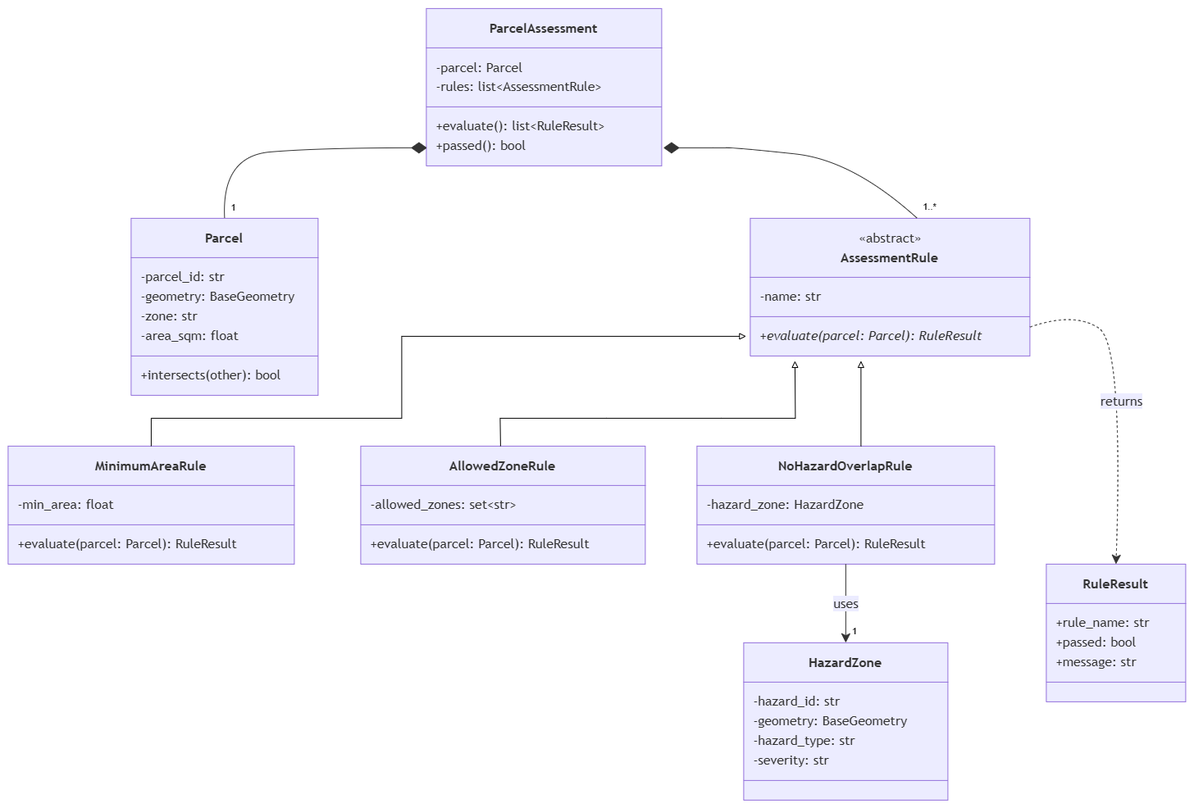
CedrickDale/gme205-lab5 keeps this draw.io diagram as diagrams/diagrams_lab5_uml.png. Above is the earlier version. Source tidied: cells renumbered, new cells last; positions are measured from the earlier drawing's top-left corner, leaving out a move shared by most shapes.
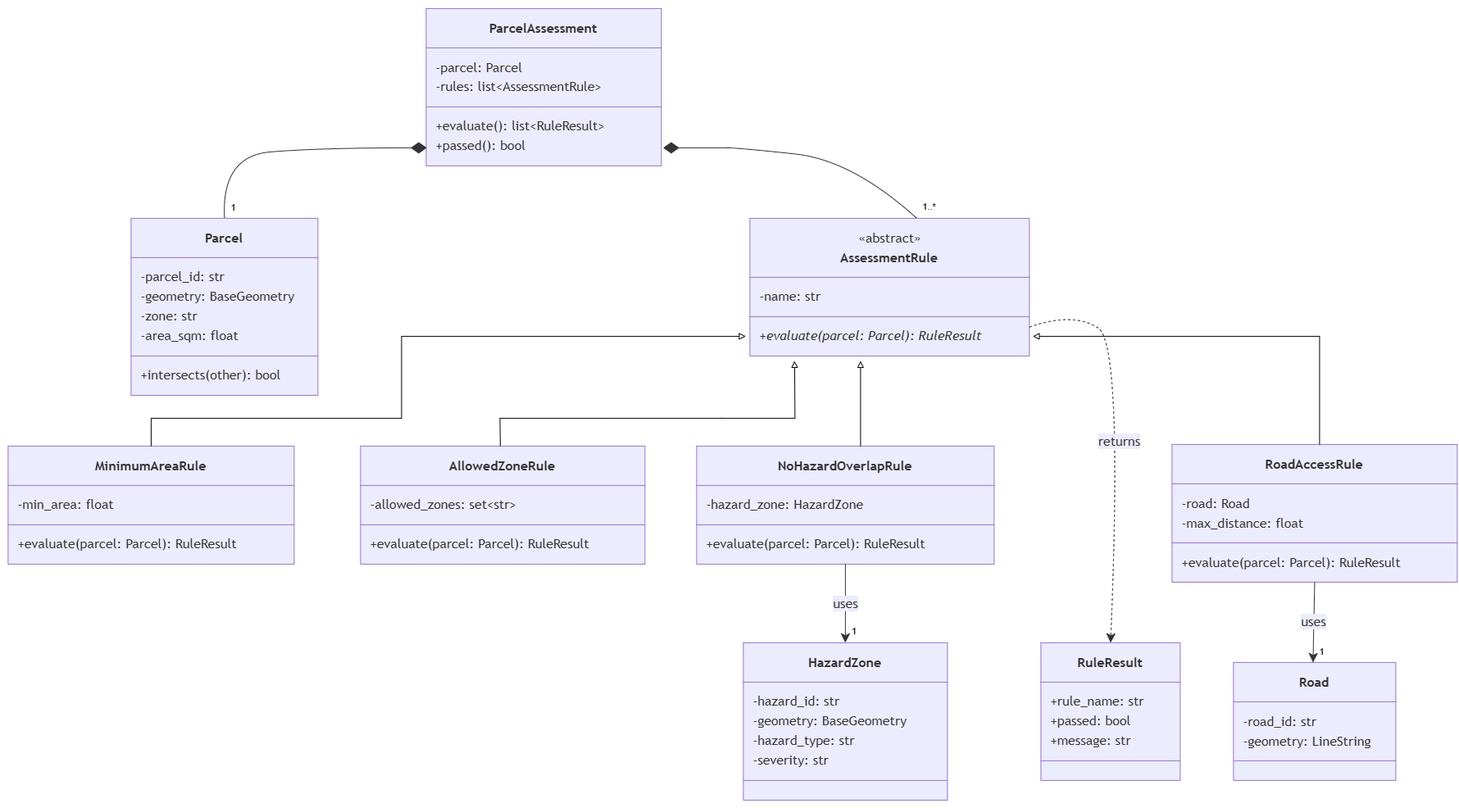
The same diagram one commit later.

Commit message:
Add one new rule, focused tests, final UML, reflection, and documentation.

What changed in the source:
```diff
@@ -114,7 +114,7 @@
       <mxGeometry y="156" width="249" height="24" as="geometry" />
     </mxCell>
     <mxCell id="39" value="&lt;b&gt;RuleResult&lt;/b&gt;" style="swimlane;html=1;fontStyle=1;fontSize=16;align=center;verticalAlign=middle;horizontal=1;startSize=48;swimlaneFillColor=light-dark(#ECECFF,#1f2020);whiteSpace=wrap;fillColor=light-dark(#ECECFF,#1f2020);strokeColor=light-dark(#9370DB,#cccccc);fontColor=light-dark(#333333,#cccccc);fontFamily=Trebuchet MS,Verdana,Arial,sans-serif;" parent="2" vertex="1">
-      <mxGeometry x="1466" y="718" width="170" height="168" as="geometry" />
+      <mxGeometry x="1460" y="814" width="170" height="168" as="geometry" />
     </mxCell>
     <mxCell id="40" value="+rule_name: str&#10;" style="text;fontSize=16;strokeColor=none;fillColor=none;align=left;verticalAlign=middle;spacingLeft=10;spacingRight=12;spacingBottom=2;overflow=hidden;fontFamily=Trebuchet MS,Verdana,Arial,sans-serif;fontColor=light-dark(#333333,#cccccc);" parent="39" vertex="1">
       <mxGeometry y="60" width="170" height="24" as="geometry" />
@@ -195,5 +195,47 @@
         </Array>
       </mxGeometry>
     </mxCell>
+    <mxCell id="54" value="&lt;b&gt;Road&lt;/b&gt;" style="swimlane;html=1;fontStyle=1;fontSize=16;align=center;verticalAlign=middle;horizontal=1;startSize=48;swimlaneFillColor=light-dark(#ECECFF,#1f2020);whiteSpace=wrap;fillColor=light-dark(#ECECFF,#1f2020);strokeColor=light-dark(#9370DB,#cccccc);fontColor=light-dark(#333333,#cccccc);fontFamily=Trebuchet MS,Verdana,Arial,sans-serif;" parent="1" vertex="1">
+      <mxGeometry x="1695" y="838" width="198" height="144" as="geometry" />
+    </mxCell>
+    <mxCell id="55" value="-road_id: str" style="text;fontSize=16;strokeColor=none;fillColor=none;align=left;verticalAlign=middle;spacingLeft=10;spacingRight=12;spacingBottom=2;overflow=hidden;fontFamily=Trebuchet MS,Verdana,Arial,sans-serif;fontColor=light-dark(#333333,#cccccc);" parent="54" vertex="1">
+      <mxGeometry y="60" width="198" height="24" as="geometry" />
+    </mxCell>
+    <mxCell id="56" value="-geometry: LineString" style="text;fontSize=16;strokeColor=none;fillColor=none;align=left;verticalAlign=middle;spacingLeft=10;spacingRight=12;spacingBottom=2;overflow=hidden;fontFamily=Trebuchet MS,Verdana,Arial,sans-serif;fontColor=light-dark(#333333,#cccccc);" parent="54" vertex="1">
+      <mxGeometry y="84" width="198" height="24" as="geometry" />
+    </mxCell>
+    <mxCell id="57" style="line;strokeWidth=1;fillColor=none;spacingLeft=3;spacingRight=3;strokeColor=inherit;" parent="54" vertex="1">
+      <mxGeometry y="108" width="198" height="24" as="geometry" />
+    </mxCell>
+    <mxCell id="58" value="&lt;b&gt;RoadAccessRule&lt;/b&gt;" style="swimlane;html=1;fontStyle=1;fontSize=16;align=center;verticalAlign=middle;horizontal=1;startSize=48;swimlaneFillColor=light-dark(#ECECFF,#1f2020);whiteSpace=wrap;fillColor=light-dark(#ECECFF,#1f2020);strokeColor=light-dark(#9370DB,#cccccc);fontColor=light-dark(#333333,#cccccc);fontFamily=Trebuchet MS,Verdana,Arial,sans-serif;" parent="1" vertex="1">
+      <mxGeometry x="1620" y="572" width="348" height="168" as="geometry" />
+    </mxCell>
+    <mxCell id="59" value="-road: Road" style="text;fontSize=16;strokeColor=none;fillColor=none;align=left;verticalAlign=middle;spacingLeft=10;spacingRight=12;spacingBottom=2;overflow=hidden;fontFamily=Trebuchet MS,Verdana,Arial,sans-serif;fontColor=light-dark(#333333,#cccccc);" parent="58" vertex="1">
+      <mxGeometry y="60" width="348" height="24" as="geometry" />
+    </mxCell>
+    <mxCell id="60" value="-max_distance: float" style="text;fontSize=16;strokeColor=none;fillColor=none;align=left;verticalAlign=middle;spacingLeft=10;spacingRight=12;spacingBottom=2;overflow=hidden;fontFamily=Trebuchet MS,Verdana,Arial,sans-serif;fontColor=light-dark(#333333,#cccccc);" parent="58" vertex="1">
+      <mxGeometry y="84" width="348" height="24" as="geometry" />
+    </mxCell>
+    <mxCell id="61" style="line;strokeWidth=1;fillColor=none;spacingLeft=3;spacingRight=3;strokeColor=inherit;" parent="58" vertex="1">
+      <mxGeometry y="108" width="348" height="24" as="geometry" />
+    </mxCell>
+    <mxCell id="62" value="+evaluate(parcel: Parcel): RuleResult" style="text;fontSize=16;strokeColor=none;fillColor=none;align=left;verticalAlign=middle;spacingLeft=10;spacingRight=12;spacingBottom=2;overflow=hidden;fontFamily=Trebuchet MS,Verdana,Arial,sans-serif;fontColor=light-dark(#333333,#cccccc);" parent="58" vertex="1">
+      <mxGeometry y="132" width="348" height="24" as="geometry" />
+    </mxCell>
+    <mxCell id="63" value="uses" style="curved=1;startArrow=none;endArrow=classic;endSize=9;strokeColor=light-dark(#333333,#cccccc);html=1;fontSize=16;labelBackgroundColor=light-dark(#ECECFF,#1f2020);fontFamily=Trebuchet MS,Verdana,Arial,sans-serif;fontColor=light-dark(#333333,#cccccc);exitX=0.5;exitY=1;entryX=0.49;entryY=0;rounded=0;" parent="1" edge="1" source="58" target="54">
+      <mxGeometry relative="1" as="geometry" />
+    </mxCell>
+    <mxCell id="64" value="1" style="edgeLabel;labelBackgroundColor=none;fontSize=11;spacing=8;align=left;verticalAlign=bottom;" parent="63" vertex="1">
+      <mxGeometry x="1" relative="1" as="geometry" />
+    </mxCell>
+    <mxCell id="65" style="endArrow=block;html=1;rounded=0;endFill=0;" parent="1" edge="1">
+      <mxGeometry relative="1" as="geometry">
+        <mxPoint x="1800" y="572" as="sourcePoint" />
+        <mxPoint x="1450" y="440" as="targetPoint" />
+        <Array as="points">
+          <mxPoint x="1800" y="440" />
+        </Array>
+      </mxGeometry>
+    </mxCell>
   </root>
 </mxGraphModel>
```
